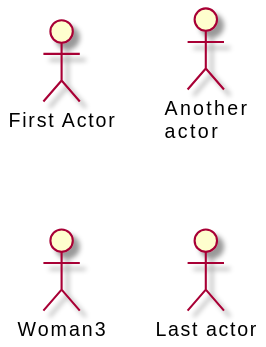
The PlantUML diagram meilenstein_05/.template/usecase-{modul}/usecase-{modul}.svg in weichware10/meilensteine, before a commit.
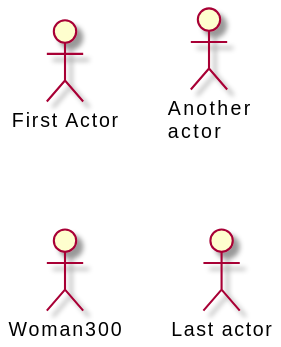
The same file after the commit.

Commit message:
Render PlantUML SVGs

Diff of the diagram source:
```diff
@@ -1,6 +1,6 @@
 @startuml
 :First Actor:
 :Another\nactor: as Man2
-actor Woman3
+actor Woman300
 actor :Last actor: as Person100
 @enduml
```
